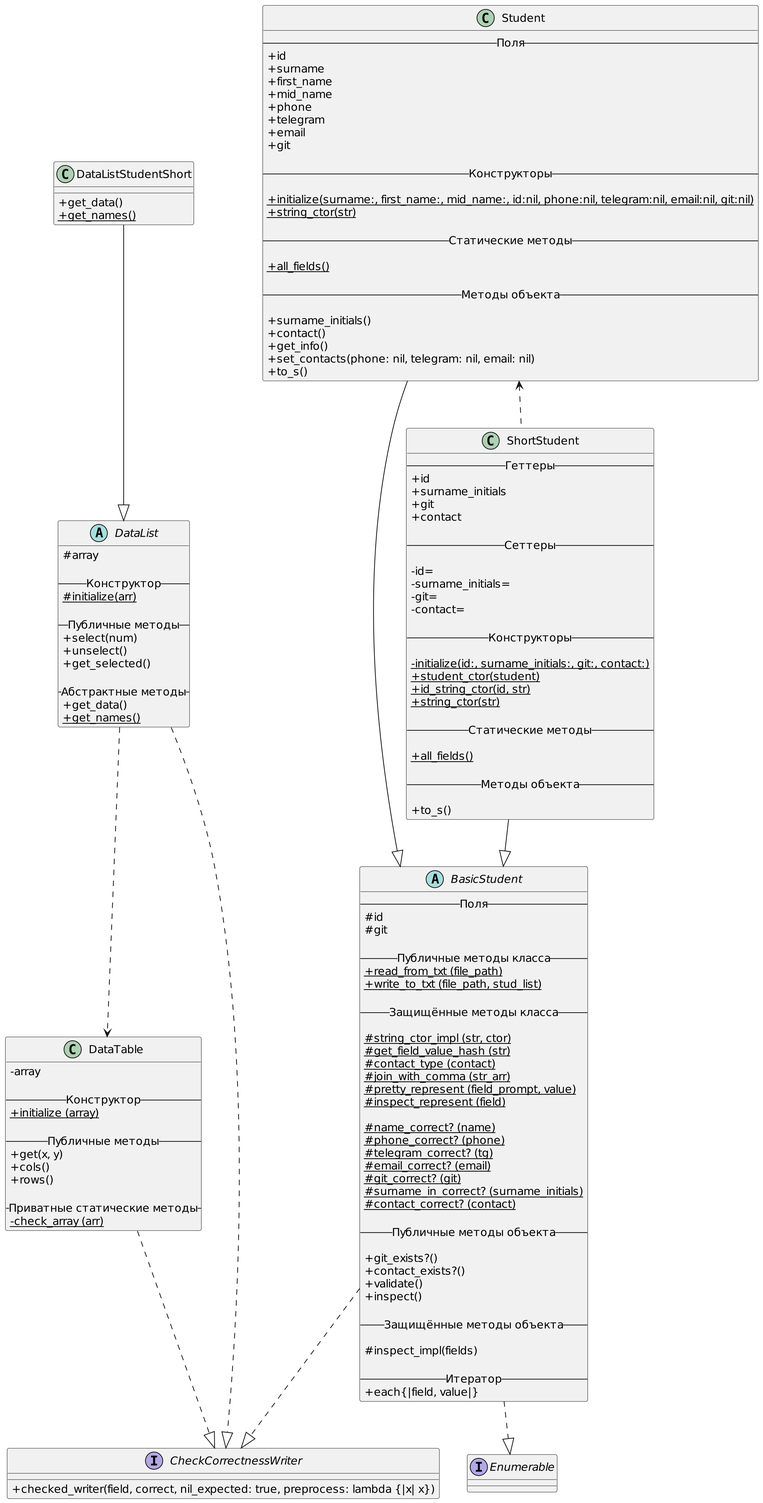
Before: LR2/uml/uml.png, a diagram exported from PlantUML (wintttr/OOP).
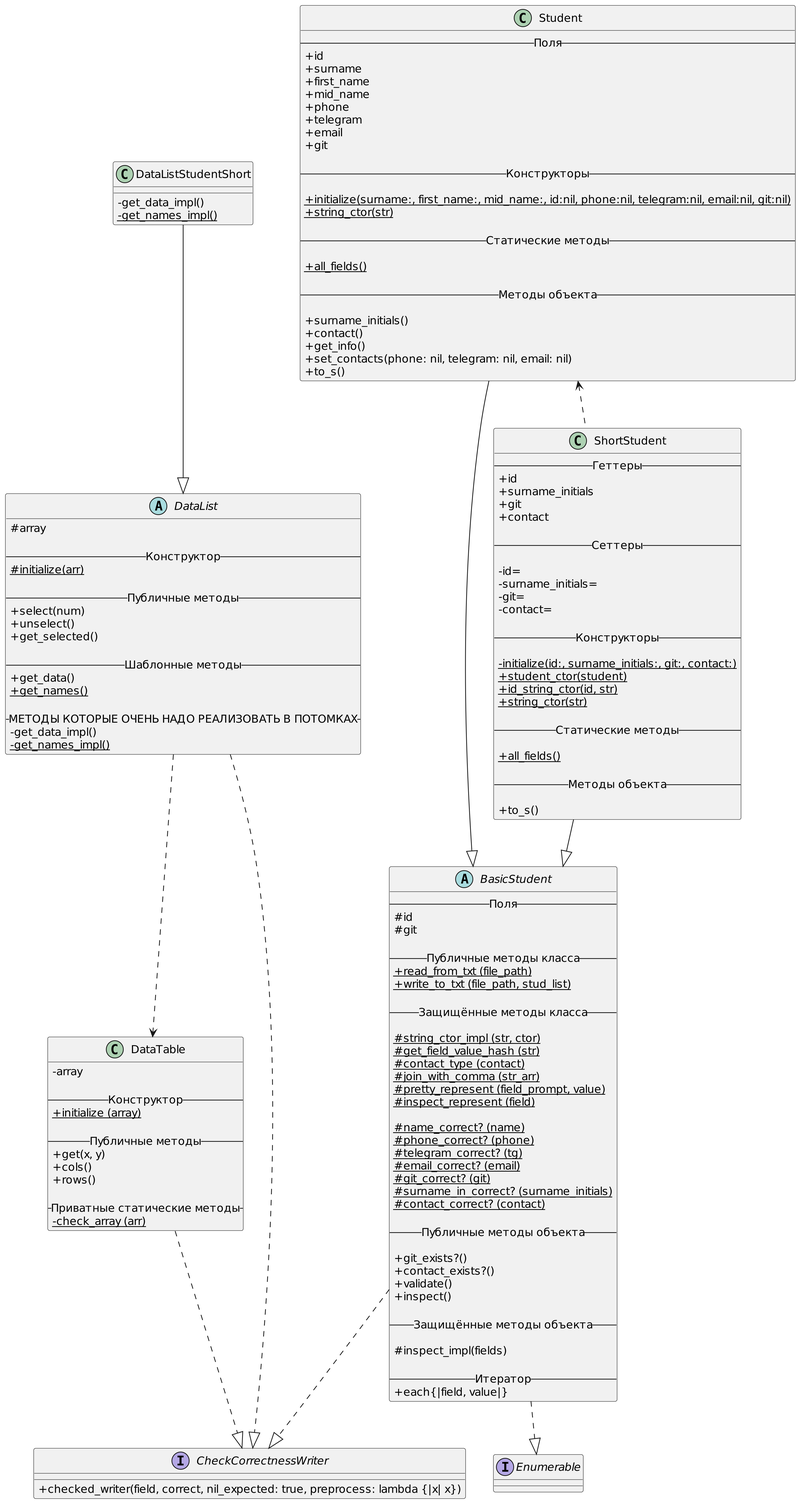
After the change.

Commit message:
Поправил диаграмму

Change to the diagram source:
```diff
@@ -128,14 +128,18 @@
 	{method} + unselect()
 	{method} + get_selected()
 
-	-- Абстрактные методы --
+	-- Шаблонные методы --
 	{method} + get_data()
 	{static} + get_names()
+
+	-- МЕТОДЫ КОТОРЫЕ ОЧЕНЬ НАДО РЕАЛИЗОВАТЬ В ПОТОМКАХ --
+	{method} - get_data_impl()
+	{static} - get_names_impl()
 }
 
 class DataListStudentShort {
-	{method} + get_data()
-	{static} + get_names()
+	{method} - get_data_impl()
+	{static} - get_names_impl()
 }
 
 interface CheckCorrectnessWriter {
```
